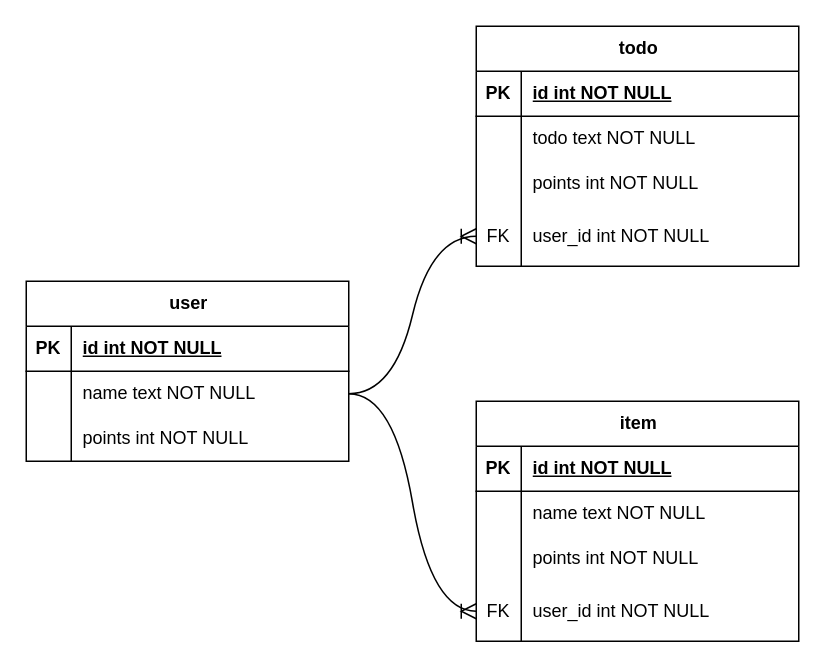
Earlier version of the draw.io diagram databaseDiagram.drawio (Hcran18/Chore-Chart). Source tidied: cells renumbered, new cells numbered last; positions are measured from the earlier drawing's top-left corner, leaving out a move shared by most shapes. Both pictures are drawn from the tidied source at 150%, with x=0, y=0 at pixel (26, 26).
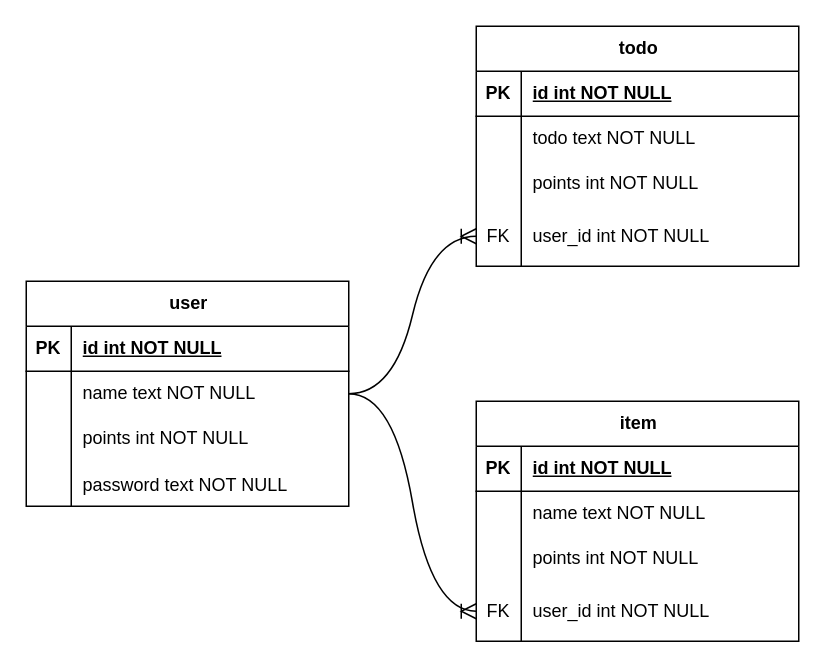
The same page after the edit.

What changed in the source:
```diff
@@
     <mxCell id="2" value="user" style="shape=table;startSize=30;childLayout=tableLayout;rowLines=0;fontStyle=1;align=center;html=1;" parent="1" vertex="1">
-      <mxGeometry y="170" width="215" height="120" as="geometry" />
+      <mxGeometry y="170" width="215" height="150" as="geometry" />
     </mxCell>
@@
+    <mxCell id="40" style="shape=tableRow;horizontal=0;startSize=0;swimlaneHead=0;swimlaneBody=0;fillColor=none;top=0;left=0;right=0;bottom=0;" parent="2" vertex="1">
+      <mxGeometry y="120" width="215" height="30" as="geometry" />
+    </mxCell>
+    <mxCell id="41" style="shape=partialRectangle;fillColor=none;top=0;left=0;bottom=0;right=0;overflow=hidden;" parent="40" vertex="1">
+      <mxGeometry width="30" height="30" as="geometry" />
+    </mxCell>
+    <mxCell id="42" value="password text NOT NULL" style="shape=partialRectangle;fillColor=none;top=0;left=0;bottom=0;right=0;align=left;spacingLeft=6;overflow=hidden;" parent="40" vertex="1">
+      <mxGeometry x="30" width="185" height="30" as="geometry" />
+    </mxCell>
```
